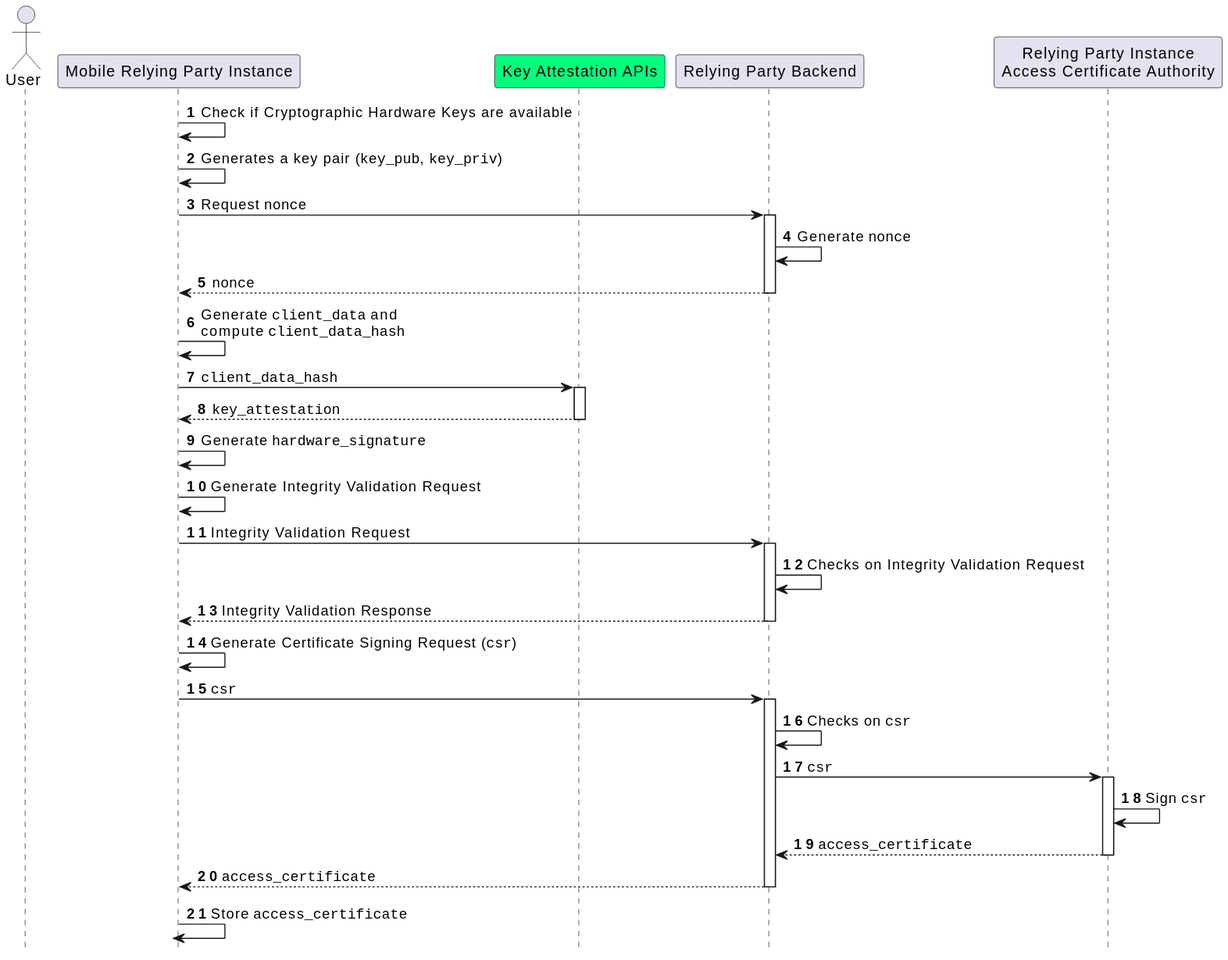
Before: images/RelyingParty_Instance_Mobile_Registration_AccessCertificateIssuance.svg, a diagram exported from PlantUML (fmarino-ipzs/eid-it-wallet-docs).
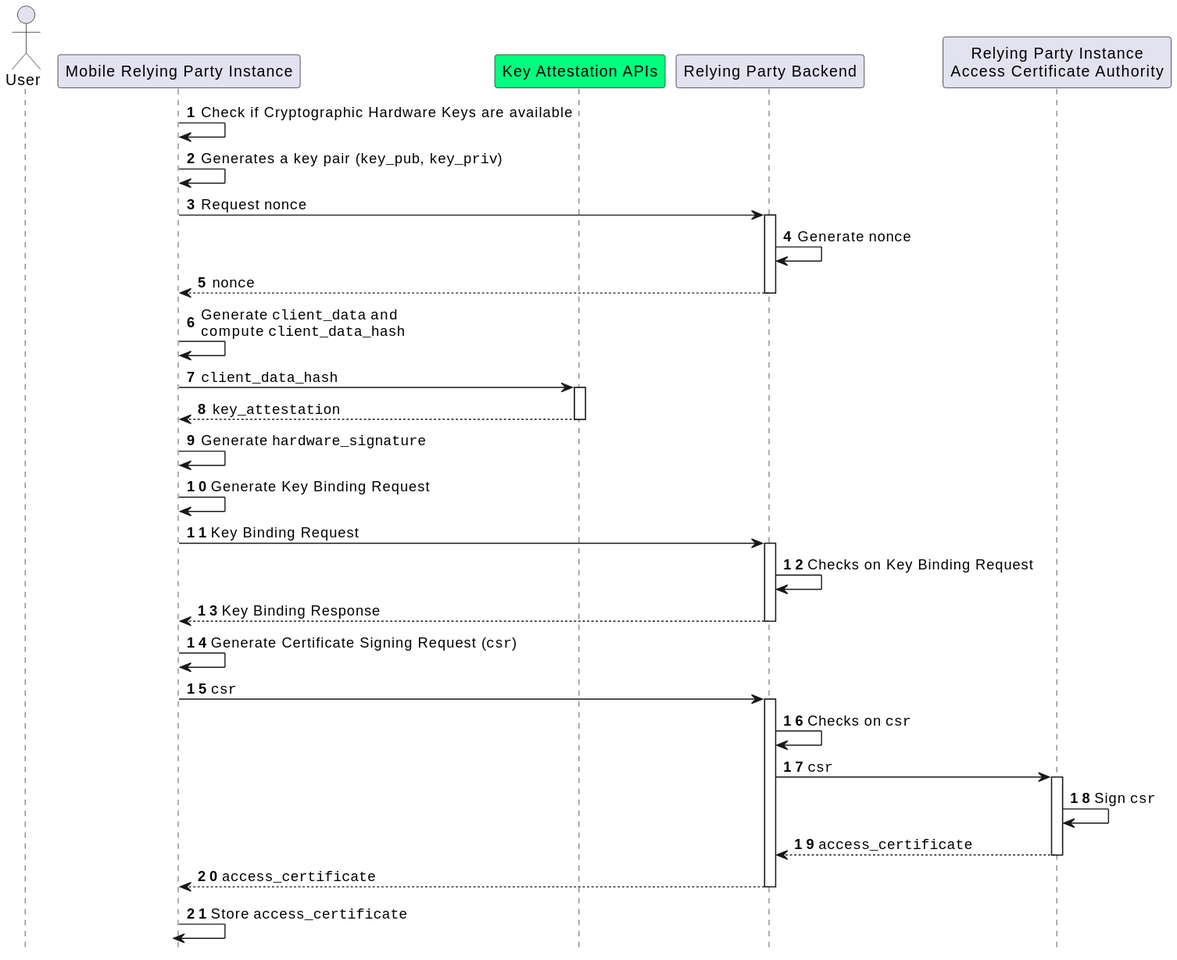
After the commit.

Commit message:
Improvements to the Relying Party Solution, Mobile Application Instance and Wallet Attestation sections

Change to the diagram source:
```diff
@@ -28,14 +28,14 @@
 
 app->app: Generate ""hardware_signature""
 
-app->app: Generate Integrity Validation Request
+app->app: Generate Key Binding Request
 
-app->bck: Integrity Validation Request
+app->bck: Key Binding Request
 
 activate bck
-bck->bck: Checks on Integrity Validation Request
+bck->bck: Checks on Key Binding Request
 
-bck-->app: Integrity Validation Response
+bck-->app: Key Binding Response
 deactivate bck
 
 app->app: Generate Certificate Signing Request (""csr"")
```
